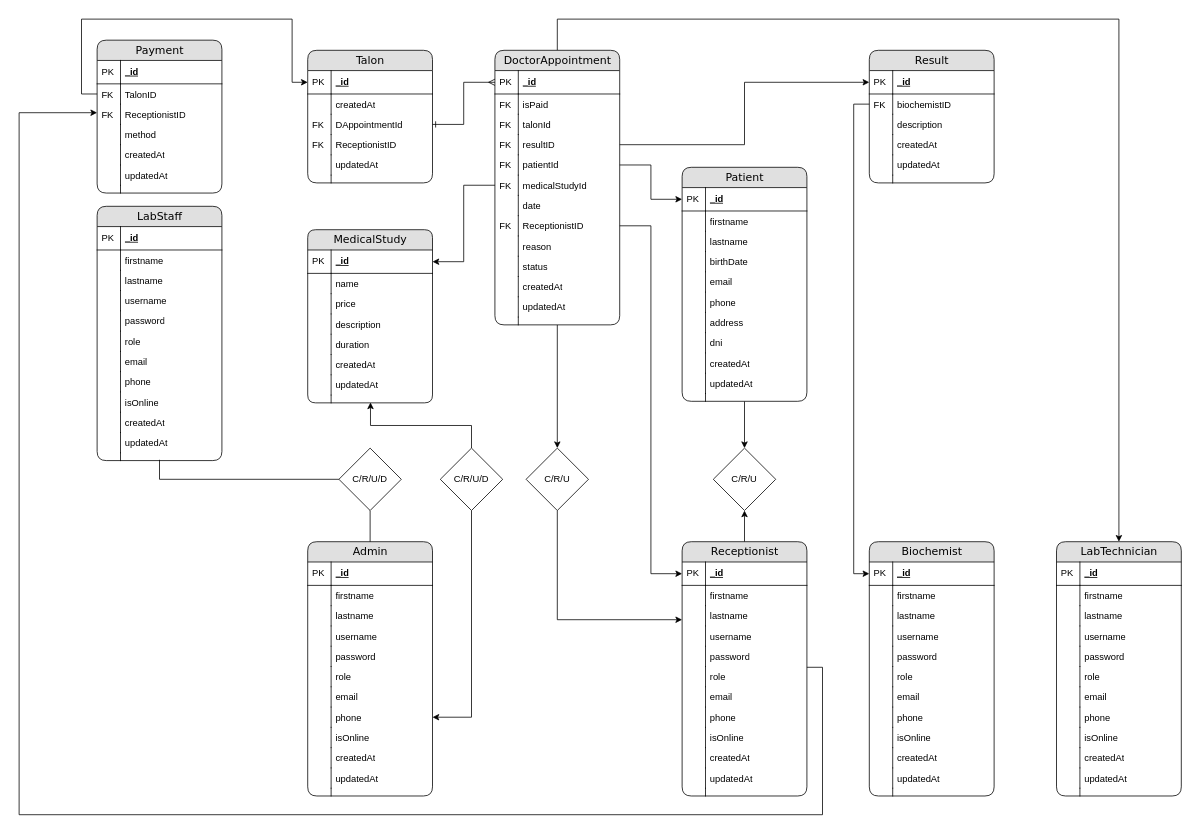
Before: driagrama entidad relacion.drawio in EmanuelRigo/lab-patient-system, a draw.io diagram. Source tidied: cells renumbered, new cells numbered last; positions are measured from the earlier drawing's top-left corner, leaving out a move shared by most shapes. Both pictures are drawn from the tidied source at 78%, with x=0, y=0 at pixel (19, 19).
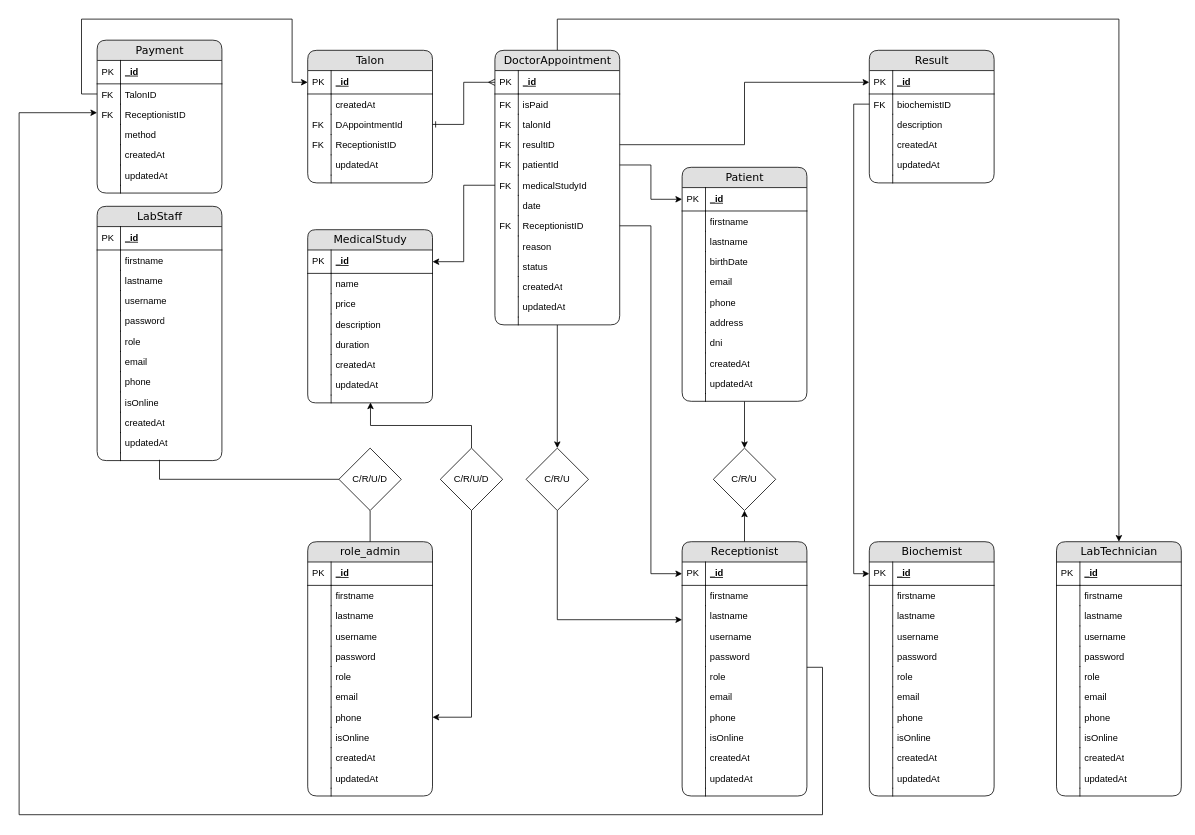
After the change.

What changed in the source:
```diff
@@
-    <mxCell id="3" value="Admin" style="swimlane;html=1;fontStyle=0;horizontal=1;startSize=26;fillColor=#e0e0e0;swimlaneFillColor=#ffffff;align=center;rounded=1;shadow=0;comic=0;labelBackgroundColor=none;strokeWidth=1;fontFamily=Verdana;fontSize=14;gradientColor=none;" parent="1" vertex="1">
+    <mxCell id="3" value="role_admin" style="swimlane;html=1;fontStyle=0;horizontal=1;startSize=26;fillColor=#e0e0e0;swimlaneFillColor=#ffffff;align=center;rounded=1;shadow=0;comic=0;labelBackgroundColor=none;strokeWidth=1;fontFamily=Verdana;fontSize=14;gradientColor=none;" parent="1" vertex="1">
       <mxGeometry x="370" y="670" width="160" height="326" as="geometry" />
     </mxCell>
```
